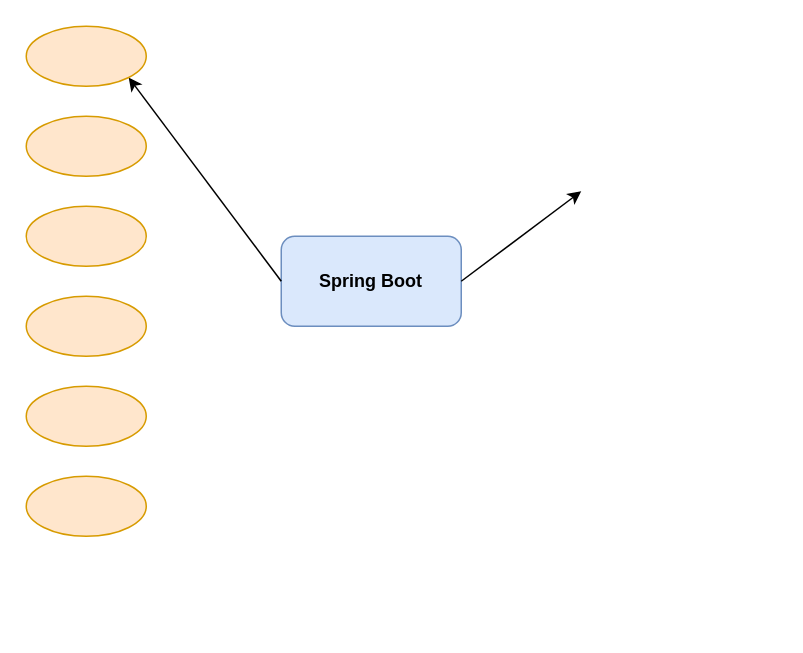
This is 其他/业界前沿技术栈框架(后端).drawio from KTLeYing/draw-diagram, a draw.io file, before an edit. Source tidied: cells renumbered, new cells numbered last; positions are measured from the earlier drawing's top-left corner, leaving out a move shared by most shapes. Both pictures are drawn from the tidied source at 150%, with x=0, y=0 at pixel (26, 26).
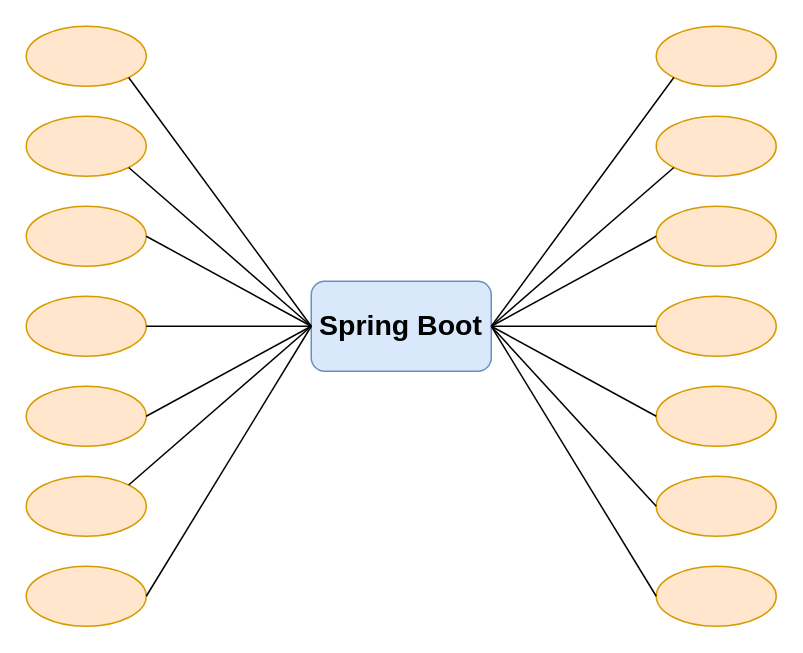
The same page after the edit.

Commit message (it also covers changes not shown here):
更新业界前沿技术栈框架(后端).drawio

The change refers to these unchanged cells:
```xml
<mxCell id="5" style="ellipse;whiteSpace=wrap;html=1;fillColor=#ffe6cc;strokeColor=#d79b00;" parent="1" vertex="1">
  <mxGeometry width="80" height="40" as="geometry" />
</mxCell>
<mxCell id="6" style="ellipse;whiteSpace=wrap;html=1;fillColor=#ffe6cc;strokeColor=#d79b00;" parent="1" vertex="1">
  <mxGeometry y="60" width="80" height="40" as="geometry" />
</mxCell>
<mxCell id="7" style="ellipse;whiteSpace=wrap;html=1;fillColor=#ffe6cc;strokeColor=#d79b00;" parent="1" vertex="1">
  <mxGeometry y="180" width="80" height="40" as="geometry" />
</mxCell>
<mxCell id="8" style="ellipse;whiteSpace=wrap;html=1;fillColor=#ffe6cc;strokeColor=#d79b00;" parent="1" vertex="1">
  <mxGeometry y="120" width="80" height="40" as="geometry" />
</mxCell>
<mxCell id="9" style="ellipse;whiteSpace=wrap;html=1;fillColor=#ffe6cc;strokeColor=#d79b00;" parent="1" vertex="1">
  <mxGeometry y="300" width="80" height="40" as="geometry" />
</mxCell>
<mxCell id="10" style="ellipse;whiteSpace=wrap;html=1;fillColor=#ffe6cc;strokeColor=#d79b00;" parent="1" vertex="1">
  <mxGeometry y="240" width="80" height="40" as="geometry" />
</mxCell>
```

Diff of the diagram source:
```diff
@@
-    <mxCell id="2" value="Spring Boot" style="rounded=1;whiteSpace=wrap;html=1;fillColor=#dae8fc;strokeColor=#6c8ebf;fontStyle=1;gradientColor=none;" parent="1" vertex="1">
-      <mxGeometry x="170" y="140" width="120" height="60" as="geometry" />
+    <mxCell id="2" value="&lt;font style=&quot;font-size: 19px;&quot;&gt;Spring Boot&lt;/font&gt;" style="rounded=1;whiteSpace=wrap;html=1;fillColor=#dae8fc;strokeColor=#6c8ebf;fontStyle=1;gradientColor=none;" parent="1" vertex="1">
+      <mxGeometry x="190" y="170" width="120" height="60" as="geometry" />
     </mxCell>
-    <mxCell id="3" style="endArrow=classic;html=1;rounded=0;exitX=0;exitY=0.5;exitDx=0;exitDy=0;entryX=1;entryY=1;entryDx=0;entryDy=0;" parent="1" edge="1" source="2" target="5">
-      <mxGeometry relative="1" as="geometry" />
-    </mxCell>
-    <mxCell id="4" style="endArrow=classic;html=1;rounded=0;exitX=1;exitY=0.5;exitDx=0;exitDy=0;" parent="1" edge="1" source="2">
-      <mxGeometry relative="1" as="geometry">
-        <mxPoint x="370" y="110" as="targetPoint" />
-      </mxGeometry>
-    </mxCell>
@@
+    <mxCell id="3" style="endArrow=none;html=1;rounded=0;entryX=1;entryY=1;entryDx=0;entryDy=0;exitX=0;exitY=0.5;exitDx=0;exitDy=0;" parent="1" edge="1" source="2" target="5">
+      <mxGeometry relative="1" as="geometry" />
+    </mxCell>
+    <mxCell id="11" style="endArrow=none;html=1;rounded=0;entryX=1;entryY=0.5;entryDx=0;entryDy=0;" parent="1" edge="1" target="8">
+      <mxGeometry relative="1" as="geometry">
+        <mxPoint x="190" y="200" as="sourcePoint" />
+      </mxGeometry>
+    </mxCell>
+    <mxCell id="12" style="endArrow=none;html=1;rounded=0;entryX=1;entryY=1;entryDx=0;entryDy=0;exitX=0;exitY=0.5;exitDx=0;exitDy=0;" parent="1" edge="1" source="2" target="6">
+      <mxGeometry relative="1" as="geometry" />
+    </mxCell>
+    <mxCell id="13" style="endArrow=none;html=1;rounded=0;entryX=1;entryY=0.5;entryDx=0;entryDy=0;exitX=0;exitY=0.5;exitDx=0;exitDy=0;" parent="1" edge="1" source="2" target="7">
+      <mxGeometry relative="1" as="geometry" />
+    </mxCell>
+    <mxCell id="14" style="endArrow=none;html=1;rounded=0;entryX=1;entryY=0.5;entryDx=0;entryDy=0;exitX=0;exitY=0.5;exitDx=0;exitDy=0;" parent="1" edge="1" source="2" target="10">
+      <mxGeometry relative="1" as="geometry" />
+    </mxCell>
+    <mxCell id="15" style="endArrow=none;html=1;rounded=0;entryX=1;entryY=0;entryDx=0;entryDy=0;exitX=0;exitY=0.5;exitDx=0;exitDy=0;" parent="1" edge="1" source="2" target="9">
+      <mxGeometry relative="1" as="geometry" />
+    </mxCell>
+    <mxCell id="16" style="ellipse;whiteSpace=wrap;html=1;fillColor=#ffe6cc;strokeColor=#d79b00;" parent="1" vertex="1">
+      <mxGeometry y="360" width="80" height="40" as="geometry" />
+    </mxCell>
+    <mxCell id="17" style="endArrow=none;html=1;rounded=0;entryX=1;entryY=0.5;entryDx=0;entryDy=0;" parent="1" edge="1" target="16">
+      <mxGeometry relative="1" as="geometry">
+        <mxPoint x="190" y="200" as="sourcePoint" />
+      </mxGeometry>
+    </mxCell>
+    <mxCell id="18" style="ellipse;whiteSpace=wrap;html=1;fillColor=#ffe6cc;strokeColor=#d79b00;" parent="1" vertex="1">
+      <mxGeometry x="420" width="80" height="40" as="geometry" />
+    </mxCell>
+    <mxCell id="19" style="ellipse;whiteSpace=wrap;html=1;fillColor=#ffe6cc;strokeColor=#d79b00;" parent="1" vertex="1">
+      <mxGeometry x="420" y="60" width="80" height="40" as="geometry" />
+    </mxCell>
+    <mxCell id="20" style="ellipse;whiteSpace=wrap;html=1;fillColor=#ffe6cc;strokeColor=#d79b00;" parent="1" vertex="1">
+      <mxGeometry x="420" y="180" width="80" height="40" as="geometry" />
+    </mxCell>
+    <mxCell id="21" style="ellipse;whiteSpace=wrap;html=1;fillColor=#ffe6cc;strokeColor=#d79b00;" parent="1" vertex="1">
+      <mxGeometry x="420" y="120" width="80" height="40" as="geometry" />
+    </mxCell>
+    <mxCell id="22" style="ellipse;whiteSpace=wrap;html=1;fillColor=#ffe6cc;strokeColor=#d79b00;" parent="1" vertex="1">
+      <mxGeometry x="420" y="300" width="80" height="40" as="geometry" />
+    </mxCell>
+    <mxCell id="23" style="ellipse;whiteSpace=wrap;html=1;fillColor=#ffe6cc;strokeColor=#d79b00;" parent="1" vertex="1">
+      <mxGeometry x="420" y="240" width="80" height="40" as="geometry" />
+    </mxCell>
+    <mxCell id="24" style="endArrow=none;html=1;rounded=0;entryX=0;entryY=1;entryDx=0;entryDy=0;exitX=1;exitY=0.5;exitDx=0;exitDy=0;" parent="1" edge="1" source="2" target="18">
+      <mxGeometry relative="1" as="geometry" />
+    </mxCell>
+    <mxCell id="25" style="endArrow=none;html=1;rounded=0;exitX=0;exitY=0.5;exitDx=0;exitDy=0;" parent="1" edge="1" source="21">
+      <mxGeometry relative="1" as="geometry">
+        <mxPoint x="310" y="200" as="targetPoint" />
+      </mxGeometry>
+    </mxCell>
+    <mxCell id="26" style="endArrow=none;html=1;rounded=0;exitX=0;exitY=1;exitDx=0;exitDy=0;" parent="1" edge="1" source="19">
+      <mxGeometry relative="1" as="geometry">
+        <mxPoint x="310" y="200" as="targetPoint" />
+      </mxGeometry>
+    </mxCell>
+    <mxCell id="27" style="endArrow=none;html=1;rounded=0;" parent="1" edge="1">
+      <mxGeometry relative="1" as="geometry">
+        <mxPoint x="420" y="200" as="sourcePoint" />
+        <mxPoint x="310" y="200" as="targetPoint" />
+      </mxGeometry>
+    </mxCell>
+    <mxCell id="28" style="endArrow=none;html=1;rounded=0;entryX=1;entryY=0.5;entryDx=0;entryDy=0;exitX=0;exitY=0.5;exitDx=0;exitDy=0;" parent="1" edge="1" source="23" target="2">
+      <mxGeometry relative="1" as="geometry" />
+    </mxCell>
+    <mxCell id="29" style="endArrow=none;html=1;rounded=0;exitX=0;exitY=0.5;exitDx=0;exitDy=0;" parent="1" edge="1" source="22">
+      <mxGeometry relative="1" as="geometry">
+        <mxPoint x="310" y="200" as="targetPoint" />
+      </mxGeometry>
+    </mxCell>
+    <mxCell id="30" style="ellipse;whiteSpace=wrap;html=1;fillColor=#ffe6cc;strokeColor=#d79b00;" parent="1" vertex="1">
+      <mxGeometry x="420" y="360" width="80" height="40" as="geometry" />
+    </mxCell>
+    <mxCell id="31" style="endArrow=none;html=1;rounded=0;exitX=0;exitY=0.5;exitDx=0;exitDy=0;" parent="1" edge="1" source="30">
+      <mxGeometry relative="1" as="geometry">
+        <mxPoint x="310" y="200" as="targetPoint" />
+      </mxGeometry>
+    </mxCell>
```
